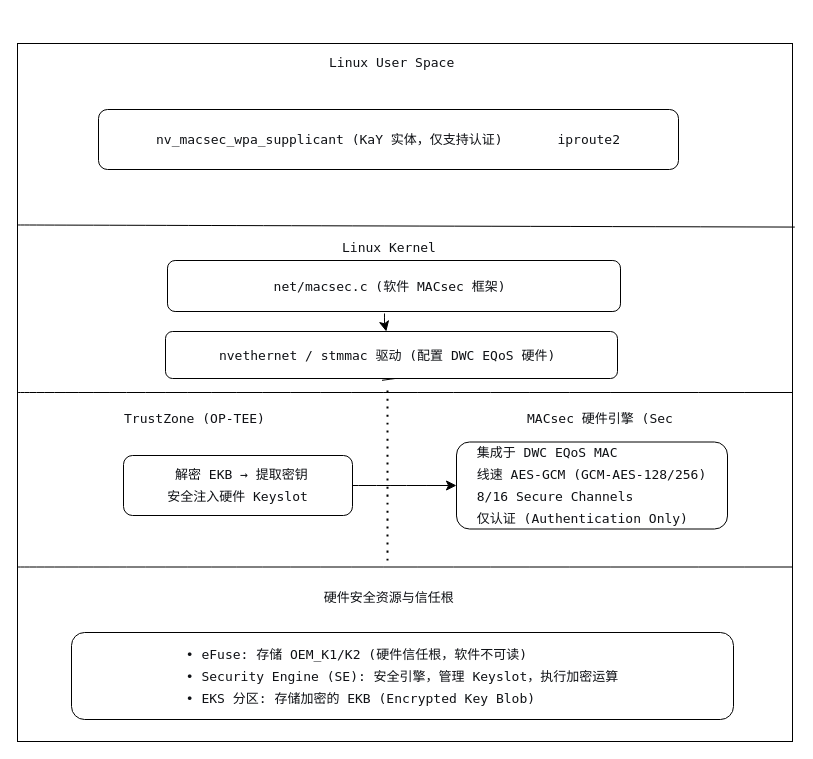
long4/omni keeps this draw.io diagram as page "第 3 页" (3 of 5) of macsec.drawio. Above is the earlier version. Source tidied: cells renumbered, new cells numbered last; positions are measured from the earlier drawing's top-left corner, leaving out a move shared by most shapes. Both pictures are drawn from the tidied source at 100%, with x=0, y=0 at pixel (17, 17).
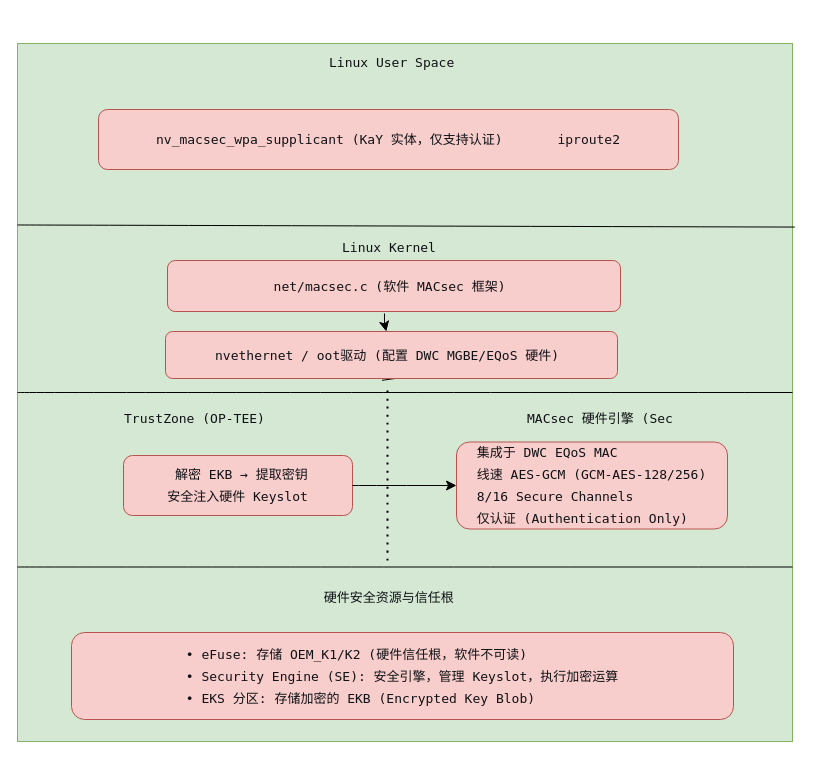
The same diagram, later.

Change to the diagram source:
```diff
@@
-    <mxCell id="2" style="rounded=0;whiteSpace=wrap;html=1;" parent="1" vertex="1">
+    <mxCell id="2" style="rounded=0;whiteSpace=wrap;html=1;fillColor=#d5e8d4;strokeColor=#82b366;" parent="1" vertex="1">
       <mxGeometry y="26" width="775" height="698" as="geometry" />
     </mxCell>
@@
-    <mxCell id="12" value="&lt;pre style=&quot;font-variant-numeric: normal; font-variant-east-asian: normal; font-variant-alternates: normal; font-size-adjust: none; font-language-override: normal; font-kerning: auto; font-optical-sizing: auto; font-feature-settings: normal; font-variation-settings: normal; font-variant-position: normal; font-variant-emoji: normal; font-stretch: normal; font-size: 13px; line-height: 22px; font-family: Menlo, Monaco, Consolas, &amp;quot;Cascadia Mono&amp;quot;, &amp;quot;Ubuntu Mono&amp;quot;, &amp;quot;DejaVu Sans Mono&amp;quot;, &amp;quot;Liberation Mono&amp;quot;, &amp;quot;JetBrains Mono&amp;quot;, &amp;quot;Fira Code&amp;quot;, Cousine, &amp;quot;Roboto Mono&amp;quot;, &amp;quot;Courier New&amp;quot;, Courier, sans-serif, system-ui; overflow: auto; text-wrap-mode: wrap; word-break: break-all; padding: 16px; color: rgb(15, 17, 21); text-align: start; margin: 0px !important;&quot;&gt;&lt;div style=&quot;text-align: justify;&quot;&gt;&lt;span style=&quot;color: light-dark(rgb(15, 17, 21), rgb(222, 223, 227)); white-space-collapse: collapse; background-color: transparent;&quot;&gt;• eFuse: 存储 OEM_K1/K2 (硬件信任根，软件不可读)&lt;/span&gt;&lt;/div&gt;&lt;div style=&quot;text-align: justify;&quot;&gt;&lt;span style=&quot;background-color: transparent; color: light-dark(rgb(15, 17, 21), rgb(222, 223, 227)); white-space-collapse: collapse;&quot;&gt;• Security Engine (SE): 安全引擎，管理 Keyslot，执行加密运算&lt;/span&gt;&lt;/div&gt;&lt;div style=&quot;text-align: justify;&quot;&gt;&lt;span style=&quot;background-color: transparent; color: light-dark(rgb(15, 17, 21), rgb(222, 223, 227)); white-space-collapse: collapse;&quot;&gt;• EKS 分区: 存储加密的 EKB (Encrypted Key Blob)&lt;/span&gt;&lt;/div&gt;&lt;/pre&gt;" style="rounded=1;whiteSpace=wrap;html=1;" parent="1" vertex="1">
+    <mxCell id="12" value="&lt;pre style=&quot;font-variant-numeric: normal; font-variant-east-asian: normal; font-variant-alternates: normal; font-size-adjust: none; font-language-override: normal; font-kerning: auto; font-optical-sizing: auto; font-feature-settings: normal; font-variation-settings: normal; font-variant-position: normal; font-variant-emoji: normal; font-stretch: normal; font-size: 13px; line-height: 22px; font-family: Menlo, Monaco, Consolas, &amp;quot;Cascadia Mono&amp;quot;, &amp;quot;Ubuntu Mono&amp;quot;, &amp;quot;DejaVu Sans Mono&amp;quot;, &amp;quot;Liberation Mono&amp;quot;, &amp;quot;JetBrains Mono&amp;quot;, &amp;quot;Fira Code&amp;quot;, Cousine, &amp;quot;Roboto Mono&amp;quot;, &amp;quot;Courier New&amp;quot;, Courier, sans-serif, system-ui; overflow: auto; text-wrap-mode: wrap; word-break: break-all; padding: 16px; color: rgb(15, 17, 21); text-align: start; margin: 0px !important;&quot;&gt;&lt;div style=&quot;text-align: justify;&quot;&gt;&lt;span style=&quot;color: light-dark(rgb(15, 17, 21), rgb(222, 223, 227)); white-space-collapse: collapse; background-color: transparent;&quot;&gt;• eFuse: 存储 OEM_K1/K2 (硬件信任根，软件不可读)&lt;/span&gt;&lt;/div&gt;&lt;div style=&quot;text-align: justify;&quot;&gt;&lt;span style=&quot;background-color: transparent; color: light-dark(rgb(15, 17, 21), rgb(222, 223, 227)); white-space-collapse: collapse;&quot;&gt;• Security Engine (SE): 安全引擎，管理 Keyslot，执行加密运算&lt;/span&gt;&lt;/div&gt;&lt;div style=&quot;text-align: justify;&quot;&gt;&lt;span style=&quot;background-color: transparent; color: light-dark(rgb(15, 17, 21), rgb(222, 223, 227)); white-space-collapse: collapse;&quot;&gt;• EKS 分区: 存储加密的 EKB (Encrypted Key Blob)&lt;/span&gt;&lt;/div&gt;&lt;/pre&gt;" style="rounded=1;whiteSpace=wrap;html=1;fillColor=#f8cecc;strokeColor=#b85450;" parent="1" vertex="1">
       <mxGeometry x="54" y="615" width="662" height="87" as="geometry" />
     </mxCell>
-    <mxCell id="13" value="&lt;pre style=&quot;font-variant-numeric: normal; font-variant-east-asian: normal; font-variant-alternates: normal; font-size-adjust: none; font-language-override: normal; font-kerning: auto; font-optical-sizing: auto; font-feature-settings: normal; font-variation-settings: normal; font-variant-position: normal; font-variant-emoji: normal; font-stretch: normal; font-size: 13px; line-height: 22px; font-family: Menlo, Monaco, Consolas, &amp;quot;Cascadia Mono&amp;quot;, &amp;quot;Ubuntu Mono&amp;quot;, &amp;quot;DejaVu Sans Mono&amp;quot;, &amp;quot;Liberation Mono&amp;quot;, &amp;quot;JetBrains Mono&amp;quot;, &amp;quot;Fira Code&amp;quot;, Cousine, &amp;quot;Roboto Mono&amp;quot;, &amp;quot;Courier New&amp;quot;, Courier, sans-serif, system-ui; overflow: auto; text-wrap-mode: wrap; word-break: break-all; padding: 16px; color: rgb(15, 17, 21); text-align: start; margin: 0px !important;&quot;&gt;nv_macsec_wpa_supplicant (KaY 实体，仅支持认证)       iproute2&lt;/pre&gt;" style="rounded=1;whiteSpace=wrap;html=1;" parent="1" vertex="1">
+    <mxCell id="13" value="&lt;pre style=&quot;font-variant-numeric: normal; font-variant-east-asian: normal; font-variant-alternates: normal; font-size-adjust: none; font-language-override: normal; font-kerning: auto; font-optical-sizing: auto; font-feature-settings: normal; font-variation-settings: normal; font-variant-position: normal; font-variant-emoji: normal; font-stretch: normal; font-size: 13px; line-height: 22px; font-family: Menlo, Monaco, Consolas, &amp;quot;Cascadia Mono&amp;quot;, &amp;quot;Ubuntu Mono&amp;quot;, &amp;quot;DejaVu Sans Mono&amp;quot;, &amp;quot;Liberation Mono&amp;quot;, &amp;quot;JetBrains Mono&amp;quot;, &amp;quot;Fira Code&amp;quot;, Cousine, &amp;quot;Roboto Mono&amp;quot;, &amp;quot;Courier New&amp;quot;, Courier, sans-serif, system-ui; overflow: auto; text-wrap-mode: wrap; word-break: break-all; padding: 16px; color: rgb(15, 17, 21); text-align: start; margin: 0px !important;&quot;&gt;nv_macsec_wpa_supplicant (KaY 实体，仅支持认证)       iproute2&lt;/pre&gt;" style="rounded=1;whiteSpace=wrap;html=1;fillColor=#f8cecc;strokeColor=#b85450;" parent="1" vertex="1">
       <mxGeometry x="81" y="92" width="580" height="60" as="geometry" />
     </mxCell>
-    <mxCell id="14" value="&lt;pre style=&quot;font-variant-numeric: normal; font-variant-east-asian: normal; font-variant-alternates: normal; font-size-adjust: none; font-language-override: normal; font-kerning: auto; font-optical-sizing: auto; font-feature-settings: normal; font-variation-settings: normal; font-variant-position: normal; font-variant-emoji: normal; font-stretch: normal; font-size: 13px; line-height: 22px; font-family: Menlo, Monaco, Consolas, &amp;quot;Cascadia Mono&amp;quot;, &amp;quot;Ubuntu Mono&amp;quot;, &amp;quot;DejaVu Sans Mono&amp;quot;, &amp;quot;Liberation Mono&amp;quot;, &amp;quot;JetBrains Mono&amp;quot;, &amp;quot;Fira Code&amp;quot;, Cousine, &amp;quot;Roboto Mono&amp;quot;, &amp;quot;Courier New&amp;quot;, Courier, sans-serif, system-ui; overflow: auto; text-wrap-mode: wrap; word-break: break-all; padding: 16px; color: rgb(15, 17, 21); text-align: start; margin: 0px !important;&quot;&gt;net/macsec.c (软件 MACsec 框架) &lt;/pre&gt;" style="rounded=1;whiteSpace=wrap;html=1;" parent="1" vertex="1">
+    <mxCell id="14" value="&lt;pre style=&quot;font-variant-numeric: normal; font-variant-east-asian: normal; font-variant-alternates: normal; font-size-adjust: none; font-language-override: normal; font-kerning: auto; font-optical-sizing: auto; font-feature-settings: normal; font-variation-settings: normal; font-variant-position: normal; font-variant-emoji: normal; font-stretch: normal; font-size: 13px; line-height: 22px; font-family: Menlo, Monaco, Consolas, &amp;quot;Cascadia Mono&amp;quot;, &amp;quot;Ubuntu Mono&amp;quot;, &amp;quot;DejaVu Sans Mono&amp;quot;, &amp;quot;Liberation Mono&amp;quot;, &amp;quot;JetBrains Mono&amp;quot;, &amp;quot;Fira Code&amp;quot;, Cousine, &amp;quot;Roboto Mono&amp;quot;, &amp;quot;Courier New&amp;quot;, Courier, sans-serif, system-ui; overflow: auto; text-wrap-mode: wrap; word-break: break-all; padding: 16px; color: rgb(15, 17, 21); text-align: start; margin: 0px !important;&quot;&gt;net/macsec.c (软件 MACsec 框架) &lt;/pre&gt;" style="rounded=1;whiteSpace=wrap;html=1;fillColor=#f8cecc;strokeColor=#b85450;" parent="1" vertex="1">
       <mxGeometry x="150" y="243" width="453" height="51" as="geometry" />
     </mxCell>
@@
-    <mxCell id="17" value="&lt;pre style=&quot;font-variant-numeric: normal; font-variant-east-asian: normal; font-variant-alternates: normal; font-size-adjust: none; font-language-override: normal; font-kerning: auto; font-optical-sizing: auto; font-feature-settings: normal; font-variation-settings: normal; font-variant-position: normal; font-variant-emoji: normal; font-stretch: normal; font-size: 13px; line-height: 22px; font-family: Menlo, Monaco, Consolas, &amp;quot;Cascadia Mono&amp;quot;, &amp;quot;Ubuntu Mono&amp;quot;, &amp;quot;DejaVu Sans Mono&amp;quot;, &amp;quot;Liberation Mono&amp;quot;, &amp;quot;JetBrains Mono&amp;quot;, &amp;quot;Fira Code&amp;quot;, Cousine, &amp;quot;Roboto Mono&amp;quot;, &amp;quot;Courier New&amp;quot;, Courier, sans-serif, system-ui; overflow: auto; text-wrap-mode: wrap; word-break: break-all; padding: 16px; color: rgb(15, 17, 21); text-align: start; margin: 0px !important;&quot;&gt;nvethernet / stmmac 驱动 (配置 DWC EQoS 硬件) &lt;/pre&gt;" style="rounded=1;whiteSpace=wrap;html=1;" parent="1" vertex="1">
+    <mxCell id="17" value="&lt;pre style=&quot;font-variant-numeric: normal; font-variant-east-asian: normal; font-variant-alternates: normal; font-size-adjust: none; font-language-override: normal; font-kerning: auto; font-optical-sizing: auto; font-feature-settings: normal; font-variation-settings: normal; font-variant-position: normal; font-variant-emoji: normal; font-stretch: normal; font-size: 13px; line-height: 22px; font-family: Menlo, Monaco, Consolas, &amp;quot;Cascadia Mono&amp;quot;, &amp;quot;Ubuntu Mono&amp;quot;, &amp;quot;DejaVu Sans Mono&amp;quot;, &amp;quot;Liberation Mono&amp;quot;, &amp;quot;JetBrains Mono&amp;quot;, &amp;quot;Fira Code&amp;quot;, Cousine, &amp;quot;Roboto Mono&amp;quot;, &amp;quot;Courier New&amp;quot;, Courier, sans-serif, system-ui; overflow: auto; text-wrap-mode: wrap; word-break: break-all; padding: 16px; color: rgb(15, 17, 21); text-align: start; margin: 0px !important;&quot;&gt;nvethernet / oot驱动 (配置 DWC MGBE/EQoS 硬件) &lt;/pre&gt;" style="rounded=1;whiteSpace=wrap;html=1;fillColor=#f8cecc;strokeColor=#b85450;" parent="1" vertex="1">
       <mxGeometry x="148" y="314" width="452" height="47" as="geometry" />
     </mxCell>
-    <mxCell id="18" value="&lt;pre style=&quot;font-variant-numeric: normal; font-variant-east-asian: normal; font-variant-alternates: normal; font-size-adjust: none; font-language-override: normal; font-kerning: auto; font-optical-sizing: auto; font-feature-settings: normal; font-variation-settings: normal; font-variant-position: normal; font-variant-emoji: normal; font-stretch: normal; font-size: 13px; line-height: 22px; font-family: Menlo, Monaco, Consolas, &amp;quot;Cascadia Mono&amp;quot;, &amp;quot;Ubuntu Mono&amp;quot;, &amp;quot;DejaVu Sans Mono&amp;quot;, &amp;quot;Liberation Mono&amp;quot;, &amp;quot;JetBrains Mono&amp;quot;, &amp;quot;Fira Code&amp;quot;, Cousine, &amp;quot;Roboto Mono&amp;quot;, &amp;quot;Courier New&amp;quot;, Courier, sans-serif, system-ui; overflow: auto; text-wrap-mode: wrap; word-break: break-all; padding: 16px; color: rgb(15, 17, 21); text-align: start; margin: 0px !important;&quot;&gt; 解密 EKB → 提取密钥&lt;br&gt;安全注入硬件 Keyslot&lt;/pre&gt;" style="rounded=1;whiteSpace=wrap;html=1;" parent="1" vertex="1">
+    <mxCell id="18" value="&lt;pre style=&quot;font-variant-numeric: normal; font-variant-east-asian: normal; font-variant-alternates: normal; font-size-adjust: none; font-language-override: normal; font-kerning: auto; font-optical-sizing: auto; font-feature-settings: normal; font-variation-settings: normal; font-variant-position: normal; font-variant-emoji: normal; font-stretch: normal; font-size: 13px; line-height: 22px; font-family: Menlo, Monaco, Consolas, &amp;quot;Cascadia Mono&amp;quot;, &amp;quot;Ubuntu Mono&amp;quot;, &amp;quot;DejaVu Sans Mono&amp;quot;, &amp;quot;Liberation Mono&amp;quot;, &amp;quot;JetBrains Mono&amp;quot;, &amp;quot;Fira Code&amp;quot;, Cousine, &amp;quot;Roboto Mono&amp;quot;, &amp;quot;Courier New&amp;quot;, Courier, sans-serif, system-ui; overflow: auto; text-wrap-mode: wrap; word-break: break-all; padding: 16px; color: rgb(15, 17, 21); text-align: start; margin: 0px !important;&quot;&gt; 解密 EKB → 提取密钥&lt;br&gt;安全注入硬件 Keyslot&lt;/pre&gt;" style="rounded=1;whiteSpace=wrap;html=1;fillColor=#f8cecc;strokeColor=#b85450;" parent="1" vertex="1">
       <mxGeometry x="106" y="438" width="229" height="60" as="geometry" />
     </mxCell>
-    <mxCell id="19" value="&lt;pre style=&quot;font-variant-numeric: normal; font-variant-east-asian: normal; font-variant-alternates: normal; font-size-adjust: none; font-language-override: normal; font-kerning: auto; font-optical-sizing: auto; font-feature-settings: normal; font-variation-settings: normal; font-variant-position: normal; font-variant-emoji: normal; font-stretch: normal; font-size: 13px; line-height: 22px; font-family: Menlo, Monaco, Consolas, &amp;quot;Cascadia Mono&amp;quot;, &amp;quot;Ubuntu Mono&amp;quot;, &amp;quot;DejaVu Sans Mono&amp;quot;, &amp;quot;Liberation Mono&amp;quot;, &amp;quot;JetBrains Mono&amp;quot;, &amp;quot;Fira Code&amp;quot;, Cousine, &amp;quot;Roboto Mono&amp;quot;, &amp;quot;Courier New&amp;quot;, Courier, sans-serif, system-ui; overflow: auto; text-wrap-mode: wrap; word-break: break-all; padding: 16px; color: rgb(15, 17, 21); text-align: start; margin: 0px !important;&quot;&gt;集成于 DWC EQoS MAC&lt;br&gt;线速 AES-GCM (GCM-AES-128/256)&lt;br&gt;8/16 Secure Channels&lt;br&gt;仅认证 (Authentication Only) &lt;/pre&gt;" style="rounded=1;whiteSpace=wrap;html=1;" parent="1" vertex="1">
+    <mxCell id="19" value="&lt;pre style=&quot;font-variant-numeric: normal; font-variant-east-asian: normal; font-variant-alternates: normal; font-size-adjust: none; font-language-override: normal; font-kerning: auto; font-optical-sizing: auto; font-feature-settings: normal; font-variation-settings: normal; font-variant-position: normal; font-variant-emoji: normal; font-stretch: normal; font-size: 13px; line-height: 22px; font-family: Menlo, Monaco, Consolas, &amp;quot;Cascadia Mono&amp;quot;, &amp;quot;Ubuntu Mono&amp;quot;, &amp;quot;DejaVu Sans Mono&amp;quot;, &amp;quot;Liberation Mono&amp;quot;, &amp;quot;JetBrains Mono&amp;quot;, &amp;quot;Fira Code&amp;quot;, Cousine, &amp;quot;Roboto Mono&amp;quot;, &amp;quot;Courier New&amp;quot;, Courier, sans-serif, system-ui; overflow: auto; text-wrap-mode: wrap; word-break: break-all; padding: 16px; color: rgb(15, 17, 21); text-align: start; margin: 0px !important;&quot;&gt;集成于 DWC EQoS MAC&lt;br&gt;线速 AES-GCM (GCM-AES-128/256)&lt;br&gt;8/16 Secure Channels&lt;br&gt;仅认证 (Authentication Only) &lt;/pre&gt;" style="rounded=1;whiteSpace=wrap;html=1;fillColor=#f8cecc;strokeColor=#b85450;" parent="1" vertex="1">
       <mxGeometry x="439" y="424.5" width="271" height="87" as="geometry" />
     </mxCell>
```
